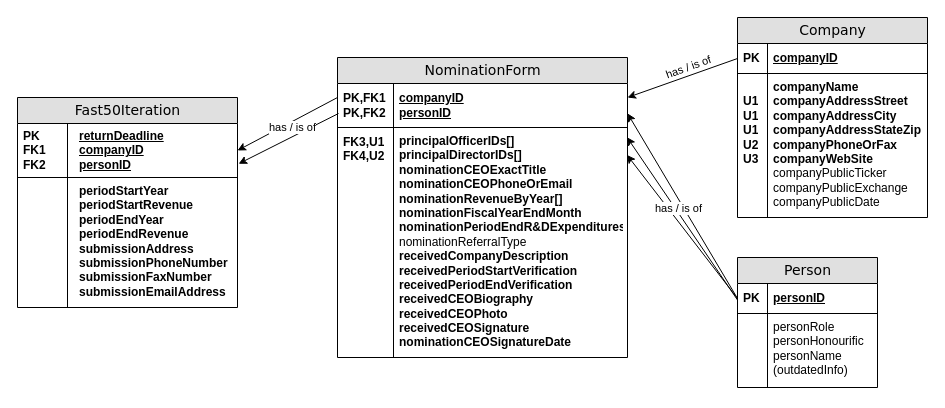
The draw.io diagram LogicalModel.drawio in JaiChong/css475, before the edit. Source tidied: cells renumbered, new cells numbered last; positions are measured from the earlier drawing's top-left corner, leaving out a move shared by most shapes. Both pictures are drawn from the tidied source at 100%, with x=0, y=0 at pixel (17, 17).
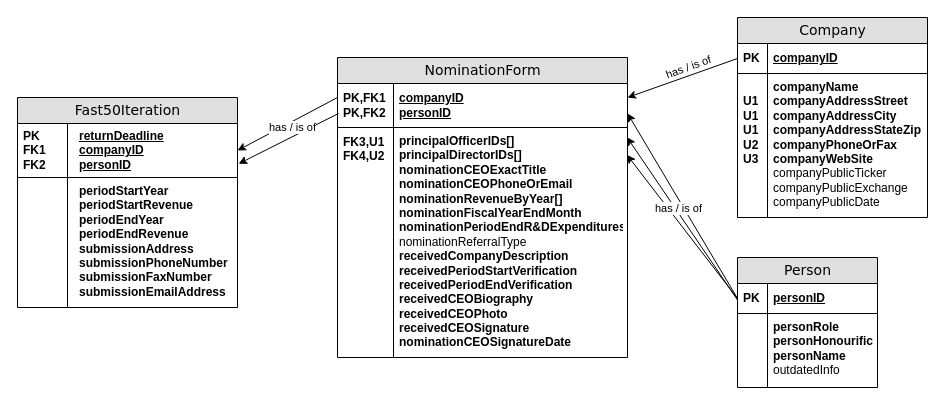
The same diagram, later.

Unchanged cells that the change refers to:
```xml
<mxCell id="17" value="Person" style="swimlane;html=1;fontStyle=0;horizontal=1;startSize=26;fillColor=#e0e0e0;swimlaneFillColor=#ffffff;align=center;rounded=0;shadow=0;comic=0;labelBackgroundColor=none;strokeWidth=1;fontFamily=Verdana;fontSize=14;swimlaneLine=1;" parent="1" vertex="1">
  <mxGeometry x="720" y="240" width="140" height="130" as="geometry" />
</mxCell>
```

The edit, as a diff of the source:
```diff
@@
-    <mxCell id="20" value="&lt;div&gt;personRole&lt;/div&gt;&lt;div&gt;personHonourific&lt;/div&gt;&lt;div&gt;personName&lt;/div&gt;&lt;div&gt;(outdatedInfo)&lt;br&gt;&lt;/div&gt;" style="shape=partialRectangle;top=0;left=0;right=0;bottom=0;html=1;align=left;verticalAlign=top;fillColor=none;spacingLeft=34;spacingRight=4;whiteSpace=wrap;overflow=hidden;" parent="17" vertex="1">
+    <mxCell id="20" value="&lt;div&gt;&lt;b&gt;personRole&lt;/b&gt;&lt;/div&gt;&lt;div&gt;&lt;b&gt;personHonourific&lt;/b&gt;&lt;/div&gt;&lt;div&gt;&lt;b&gt;personName&lt;/b&gt;&lt;/div&gt;&lt;div&gt;outdatedInfo&lt;br&gt;&lt;/div&gt;" style="shape=partialRectangle;top=0;left=0;right=0;bottom=0;html=1;align=left;verticalAlign=top;fillColor=none;spacingLeft=34;spacingRight=4;whiteSpace=wrap;overflow=hidden;" parent="17" vertex="1">
       <mxGeometry y="56" width="140" height="74" as="geometry" />
     </mxCell>
```
